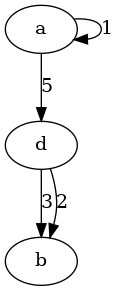
kargamant/my_labs keeps this Graphviz diagram as aisd/lab5/labirint.png. Above is the earlier version. Its source is kept beside it as aisd/lab5/labirint.dot.
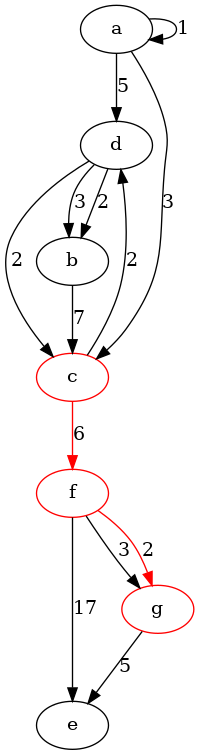
After the change.

What changed in the source:
```diff
@@ -1,9 +1,22 @@
 digraph {
 a
 a->d [label=5, weight=5]
+a->c [label=3, weight=3]
 a->a [label=1, weight=1]
 b
+b->c [label=7, weight=7]
+c[color="red"]
+c->f [label=6, weight=6, color="red"]
+c->d [label=2, weight=2]
 d
+d->c [label=2, weight=2]
 d->b [label=3, weight=3]
 d->b [label=2, weight=2]
+e
+f[color="red"]
+f->e [label=17, weight=17]
+f->g [label=3, weight=3]
+f->g [label=2, weight=2, color="red"]
+g[color="red"]
+g->e [label=5, weight=5]
 }
```
